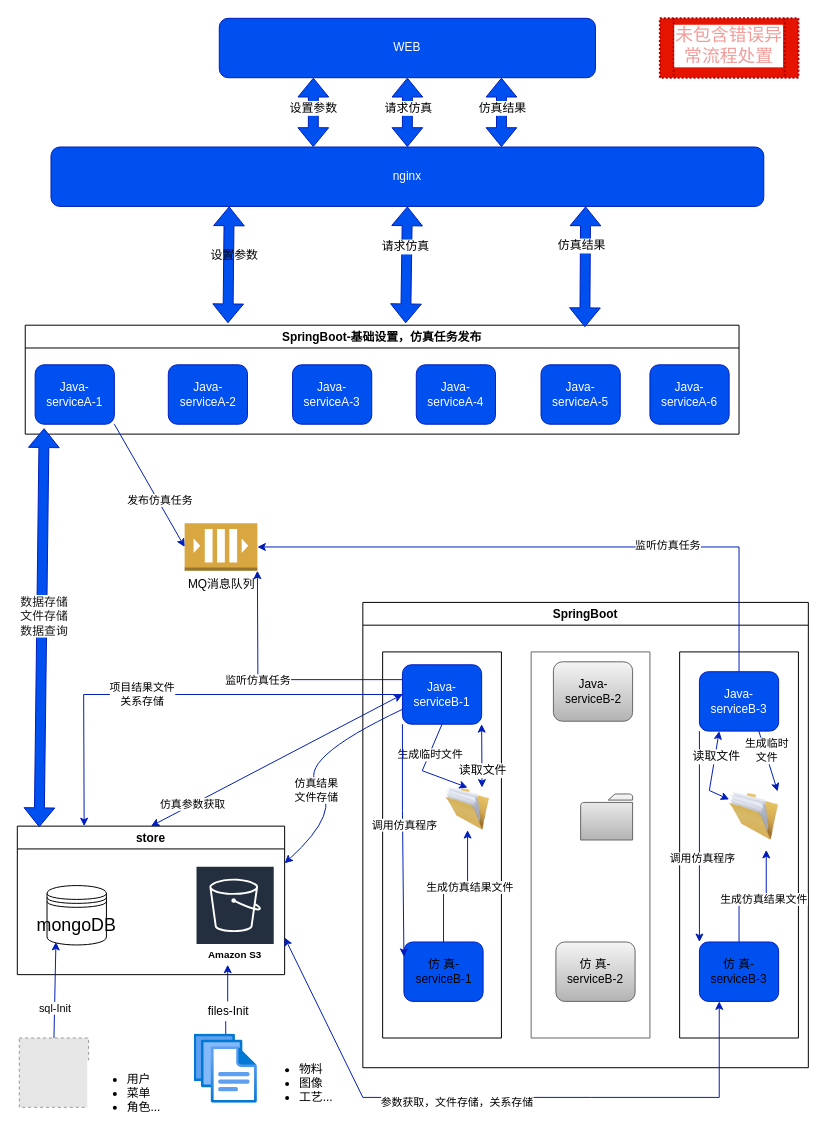
yezhen701/VTCAD keeps this draw.io diagram as doc/TechBusiness.drawio. Above is the earlier version. Source tidied: cells renumbered, new cells numbered last; positions are measured from the earlier drawing's top-left corner, leaving out a move shared by most shapes. Both pictures are drawn from the tidied source at 99%, with x=0, y=0 at pixel (17, 18). Pictures stored in the file or linked from it are replaced by grey dashed boxes.
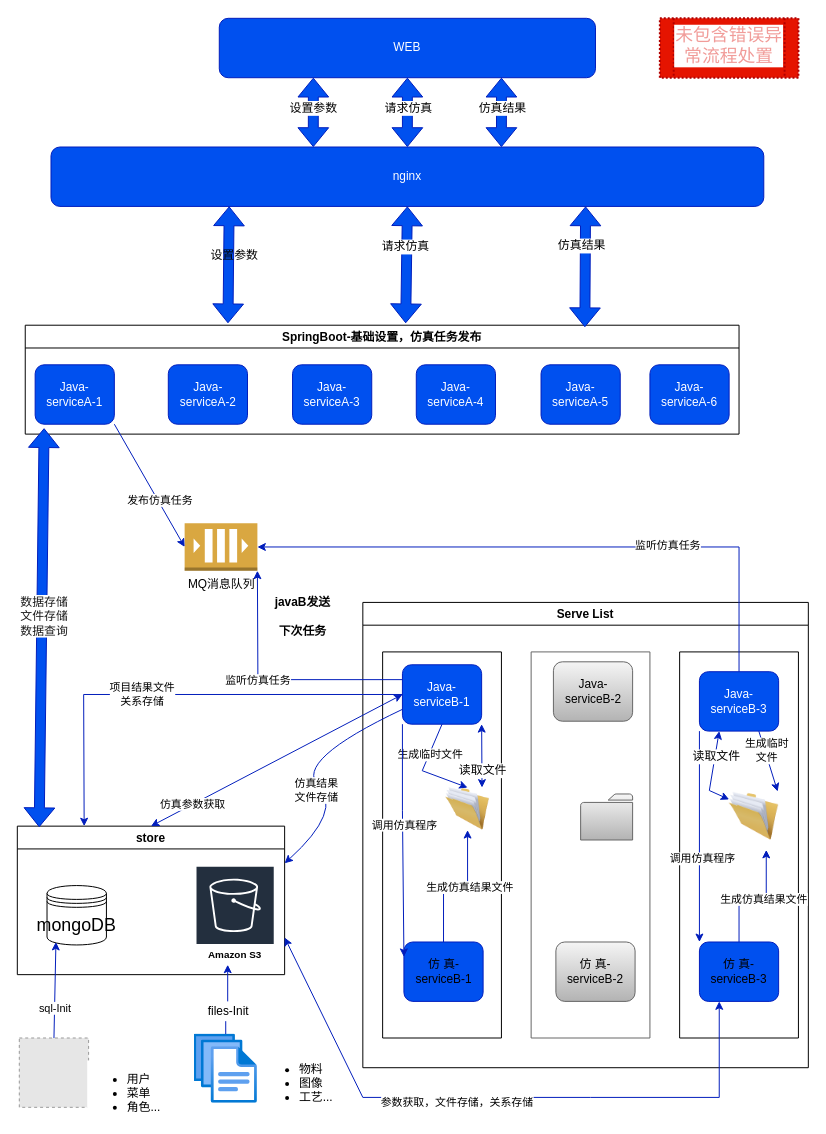
The same page after the edit.

Change to the diagram source:
```diff
@@
-<mxGraphModel>
+<mxGraphModel background="#ffffff">
@@
-    <mxCell id="14" value="SpringBoot" style="swimlane;fontColor=default;strokeColor=default;fillColor=default;" parent="1" vertex="1">
+    <mxCell id="14" value="Serve List" style="swimlane;fontColor=default;strokeColor=default;fillColor=default;" parent="1" vertex="1">
       <mxGeometry x="349" y="590" width="450" height="470" as="geometry" />
     </mxCell>
@@
+    <mxCell id="82" value="&lt;span style=&quot;font-size: 12px&quot;&gt;javaB发送&lt;br&gt;下次任务&lt;/span&gt;" style="text;strokeColor=none;fillColor=none;html=1;fontSize=24;fontStyle=1;verticalAlign=middle;align=center;shadow=0;dashed=1;dashPattern=1 1;labelBackgroundColor=default;fontColor=default;" parent="1" vertex="1">
+      <mxGeometry x="253.5" y="580" width="69" height="40" as="geometry" />
+    </mxCell>
```
